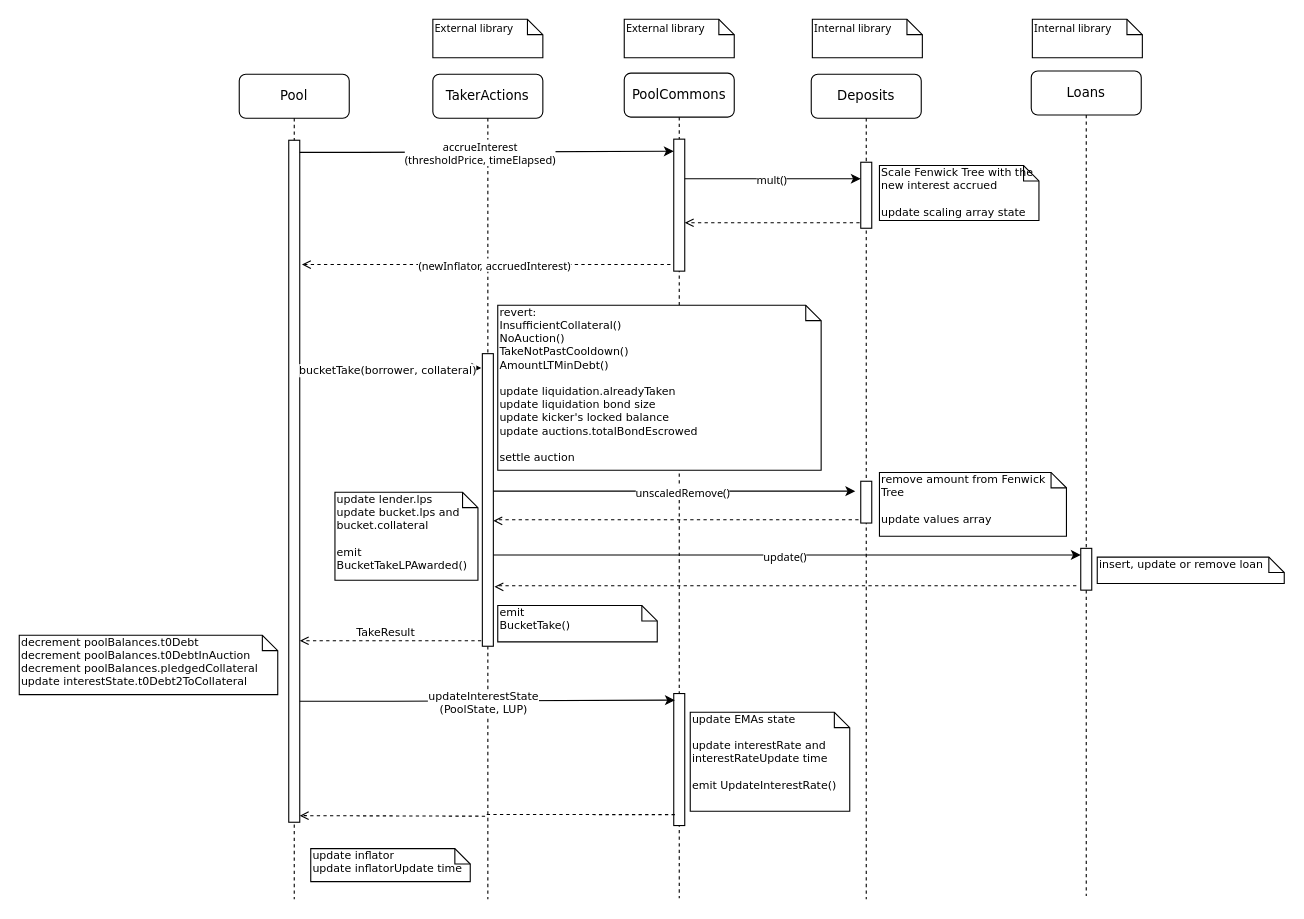
Earlier version of the draw.io diagram docs/drawio/bucketTake.drawio (ajna-finance/ajna-core). Source tidied: cells renumbered, new cells numbered last; positions are measured from the earlier drawing's top-left corner, leaving out a move shared by most shapes. Both pictures are drawn from the tidied source at 110%, with x=0, y=0 at pixel (19, 19).
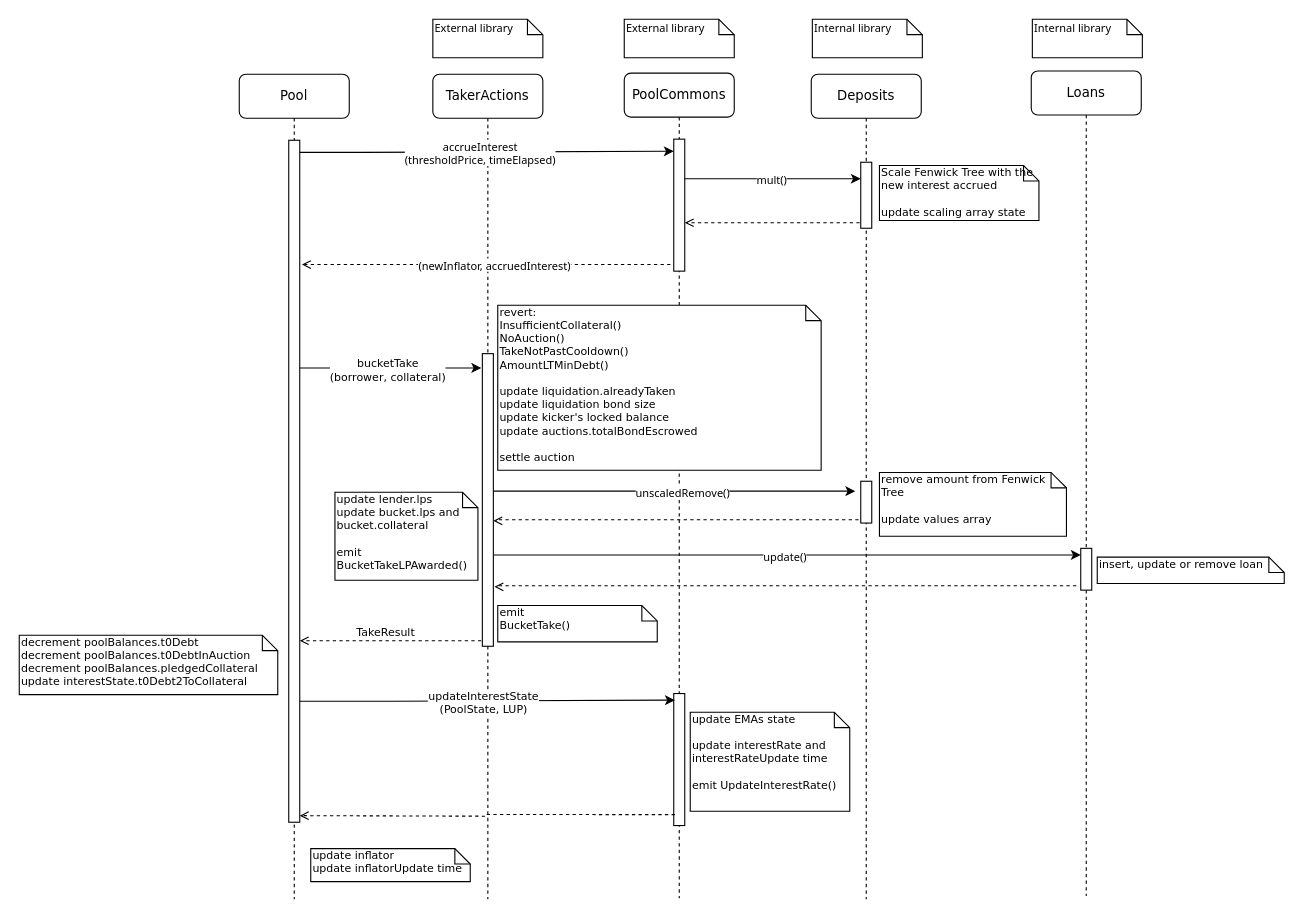
After the change.

The change refers to these unchanged cells:
```xml
<mxCell id="24" style="edgeStyle=orthogonalEdgeStyle;rounded=0;orthogonalLoop=1;jettySize=auto;html=1;fontFamily=Verdana;fontSize=10;endArrow=classic;endFill=1;" parent="1" edge="1">
  <mxGeometry relative="1" as="geometry">
    <mxPoint x="255" y="317" as="sourcePoint" />
    <mxPoint x="420" y="317" as="targetPoint" />
    <Array as="points">
      <mxPoint x="290" y="317" />
      <mxPoint x="290" y="317" />
    </Array>
  </mxGeometry>
</mxCell>
```

Diff of the diagram source:
```diff
@@
-    <mxCell id="25" value="bucketTake(borrower, collateral)" style="edgeLabel;html=1;align=center;verticalAlign=middle;fontSize=10;fontFamily=Verdana;" parent="24" vertex="1">
+    <mxCell id="25" value="&lt;div&gt;bucketTake&lt;/div&gt;&lt;div&gt;(borrower, collateral)&lt;/div&gt;" style="edgeLabel;html=1;align=center;verticalAlign=middle;fontSize=10;fontFamily=Verdana;" parent="24" vertex="1">
       <mxGeometry x="-0.15" y="-2" relative="1" as="geometry">
         <mxPoint x="9" y="-1" as="offset" />
       </mxGeometry>
     </mxCell>
```
